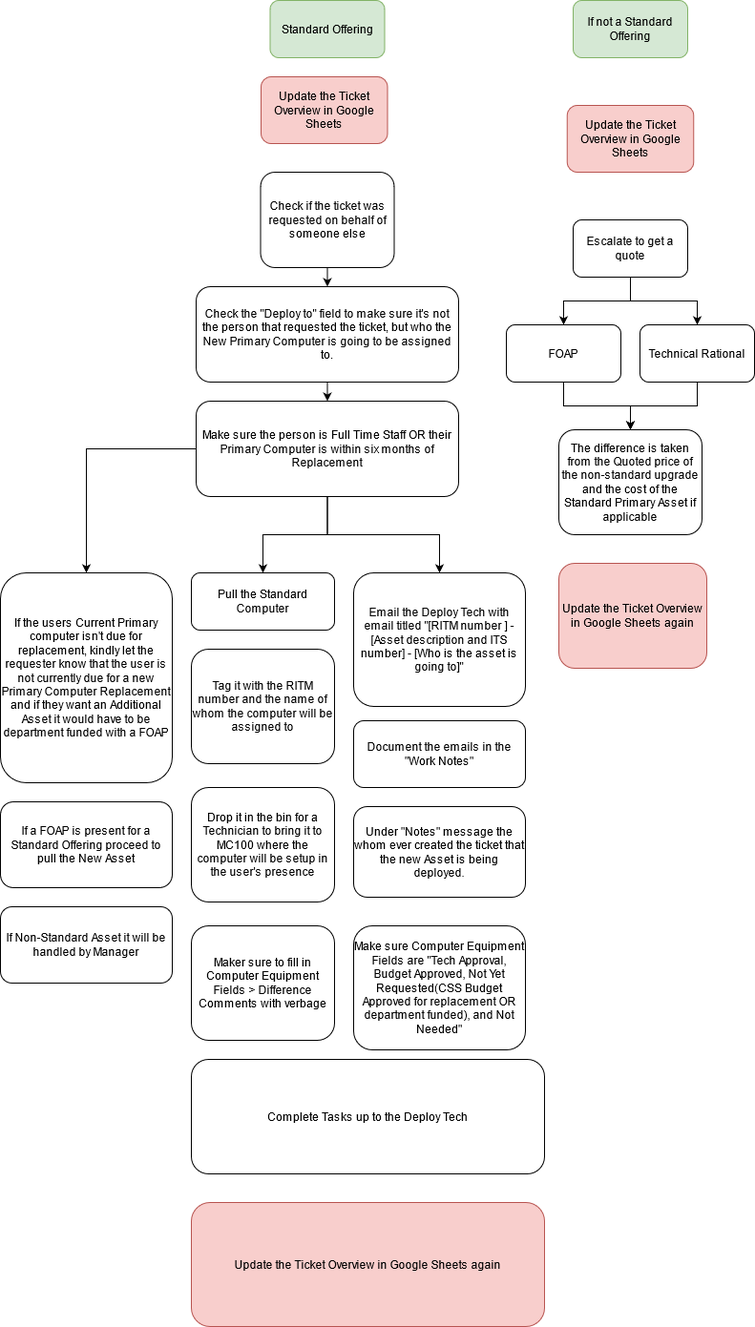
The draw.io diagram Untitled Diagram.drawio.png in KevinWongCS/USFUSF, before a commit. Source tidied: cells renumbered, new cells last; positions are measured from the earlier drawing's top-left corner, leaving out a move shared by most shapes.
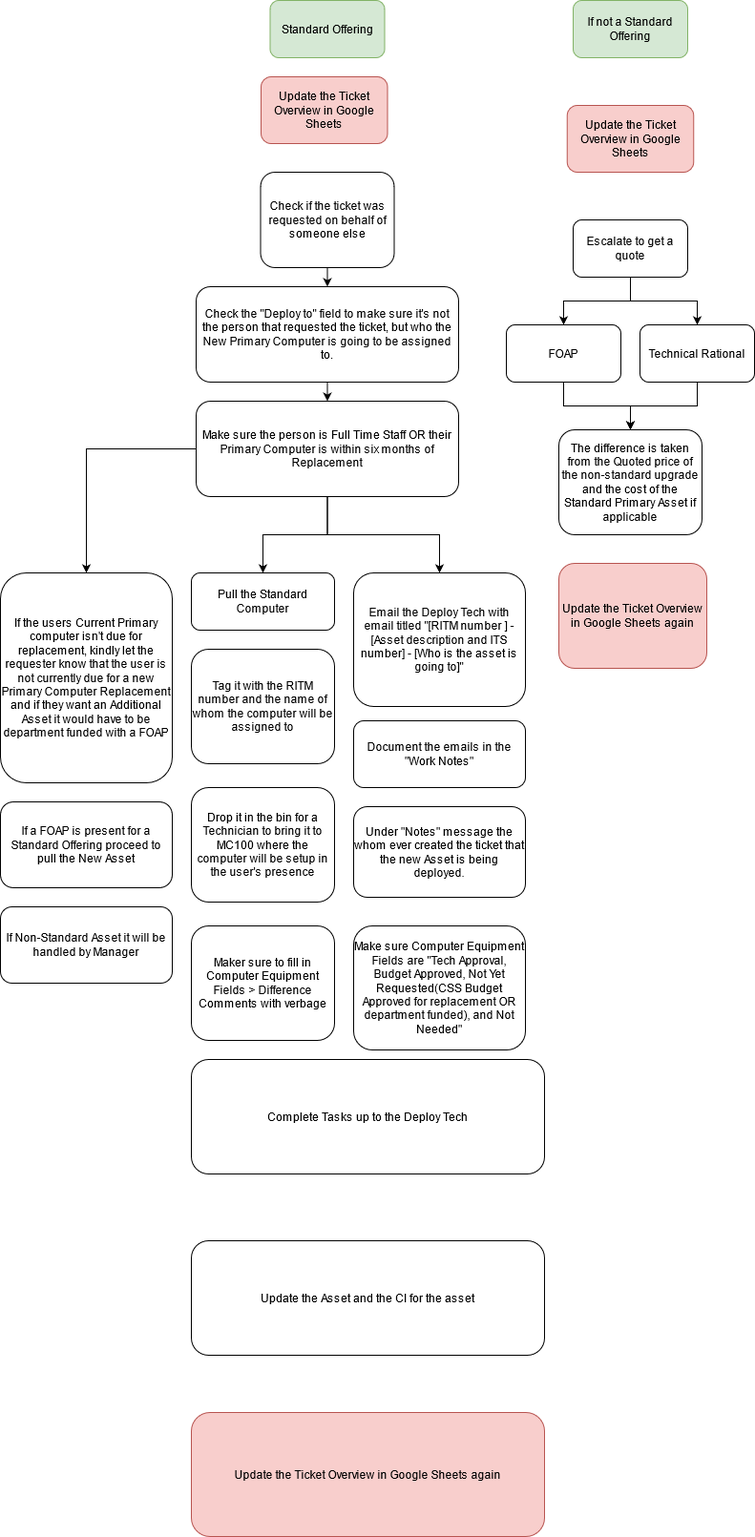
Later version of the same file.

Diff of the diagram source:
```diff
@@ -98,7 +98,7 @@
       <mxGeometry x="370" y="970" width="180" height="130" as="geometry" />
     </mxCell>
     <mxCell id="33" value="Update the Ticket Overview in Google Sheets again" style="rounded=1;whiteSpace=wrap;html=1;fillColor=#f8cecc;strokeColor=#b85450;" parent="1" vertex="1">
-      <mxGeometry x="200" y="1260" width="370" height="130" as="geometry" />
+      <mxGeometry x="200" y="1480" width="370" height="130" as="geometry" />
     </mxCell>
     <mxCell id="34" value="Update the Ticket Overview in Google Sheets " style="rounded=1;whiteSpace=wrap;html=1;fillColor=#f8cecc;strokeColor=#b85450;" parent="1" vertex="1">
       <mxGeometry x="593.8" y="110" width="132.5" height="70" as="geometry" />
@@ -106,5 +106,8 @@
     <mxCell id="35" value="Update the Ticket Overview in Google Sheets again" style="rounded=1;whiteSpace=wrap;html=1;fillColor=#f8cecc;strokeColor=#b85450;" parent="1" vertex="1">
       <mxGeometry x="585" y="590" width="155" height="110" as="geometry" />
     </mxCell>
+    <mxCell id="36" value="Update the Asset and the CI for the asset " style="rounded=1;whiteSpace=wrap;html=1;" parent="1" vertex="1">
+      <mxGeometry x="200" y="1300" width="370" height="120" as="geometry" />
+    </mxCell>
   </root>
 </mxGraphModel>
```
